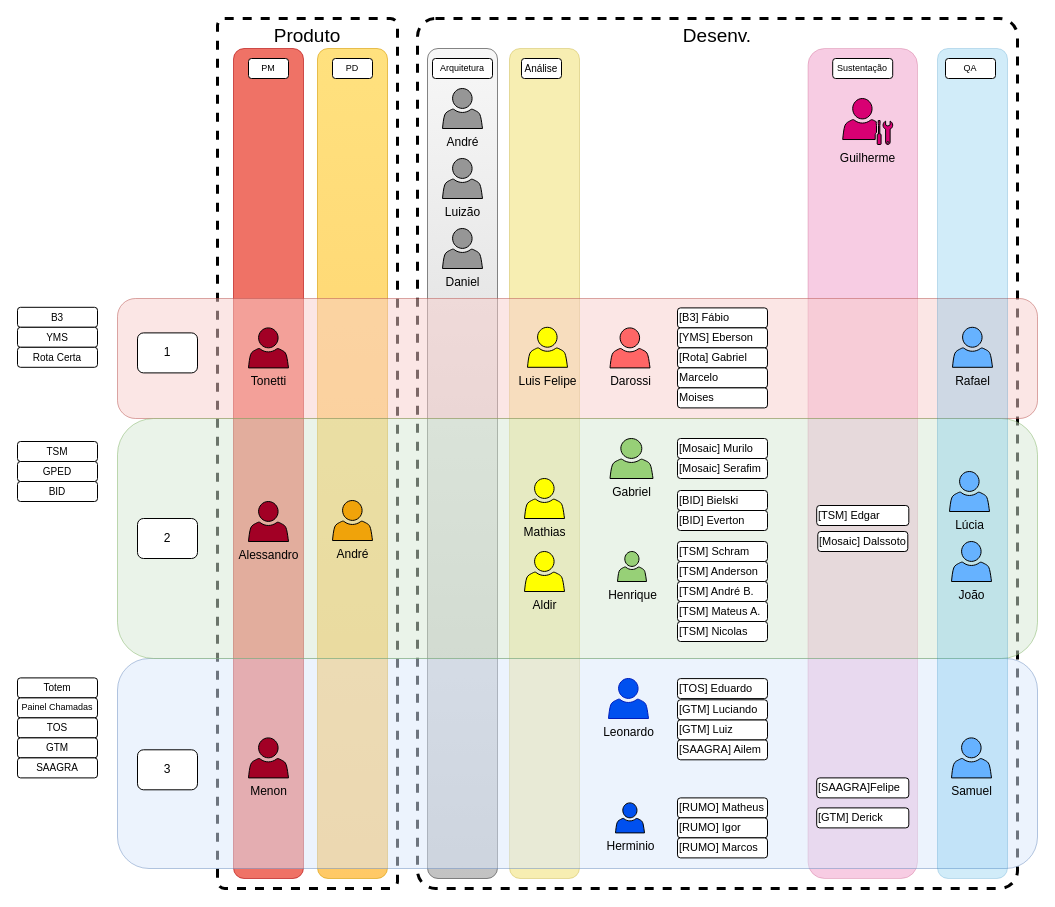
The draw.io diagram page "futuro_ideal" (4 of 4) of Diagrama sem nome.drawio in marcelopedroso/yms_tech, before the edit. Source tidied: cells renumbered, new cells numbered last; positions are measured from the earlier drawing's top-left corner, leaving out a move shared by most shapes. Both pictures are drawn from the tidied source at 100%, with x=0, y=0 at pixel (17, 18).
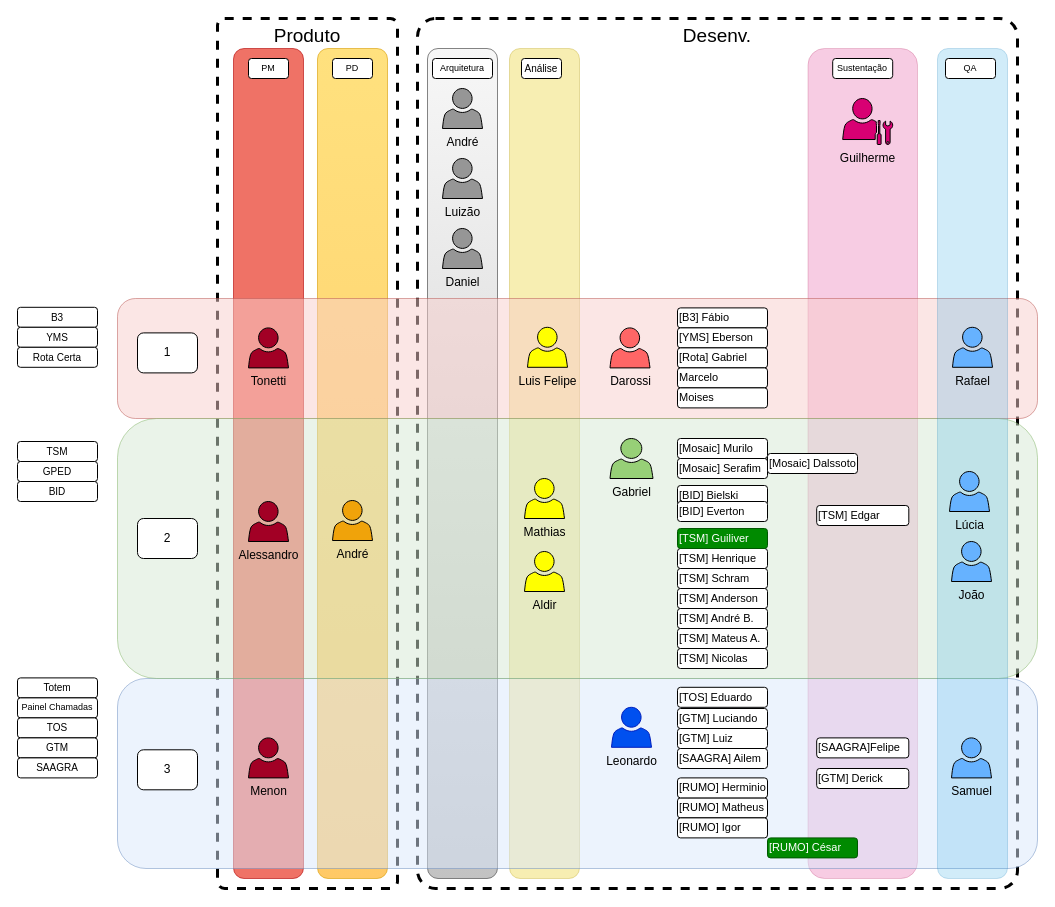
After the change.

Change to the diagram source:
```diff
@@
     <mxCell id="9" style="rounded=1;whiteSpace=wrap;html=1;fillStyle=auto;opacity=50;fillColor=#dae8fc;strokeColor=#6c8ebf;" parent="1" vertex="1">
-      <mxGeometry x="100" y="640" width="920" height="210" as="geometry" />
+      <mxGeometry x="100" y="660" width="920" height="190" as="geometry" />
     </mxCell>
@@
     <mxCell id="11" style="rounded=1;whiteSpace=wrap;html=1;fillStyle=auto;opacity=50;fillColor=#d5e8d4;strokeColor=#82b366;" parent="1" vertex="1">
-      <mxGeometry x="100" y="400" width="920" height="240" as="geometry" />
+      <mxGeometry x="100" y="400" width="920" height="260" as="geometry" />
     </mxCell>
@@
     <mxCell id="14" value="&lt;font color=&quot;#000000&quot;&gt;Leonardo&lt;/font&gt;" style="sketch=0;shadow=0;dashed=0;html=1;strokeColor=#001DBC;labelPosition=center;verticalLabelPosition=bottom;verticalAlign=top;align=center;shape=mxgraph.office.users.user;fillColor=#0050ef;fontColor=#FFFFFF;" parent="1" vertex="1">
-      <mxGeometry x="591" y="660" width="40" height="40" as="geometry" />
+      <mxGeometry x="594" y="688.8" width="40" height="40" as="geometry" />
     </mxCell>
@@
-    <mxCell id="45" value="Henrique" style="sketch=0;shadow=0;dashed=0;html=1;strokeColor=default;labelPosition=center;verticalLabelPosition=bottom;verticalAlign=top;align=center;shape=mxgraph.office.users.user;fillColor=#97D077;" parent="1" vertex="1">
-      <mxGeometry x="600" y="533" width="29" height="30" as="geometry" />
-    </mxCell>
@@
     <mxCell id="49" value="[SAAGRA] Ailem" style="rounded=1;whiteSpace=wrap;html=1;fontSize=11;align=left;" parent="1" vertex="1">
-      <mxGeometry x="660" y="721.3" width="90" height="20" as="geometry" />
+      <mxGeometry x="660" y="730" width="90" height="20" as="geometry" />
     </mxCell>
@@
-    <mxCell id="57" value="[RUMO] Marcos" style="rounded=1;whiteSpace=wrap;html=1;fontSize=11;align=left;" parent="1" vertex="1">
-      <mxGeometry x="660" y="819.4" width="90" height="20" as="geometry" />
+    <mxCell id="57" value="[RUMO] Herminio" style="rounded=1;whiteSpace=wrap;html=1;fontSize=11;align=left;" parent="1" vertex="1">
+      <mxGeometry x="660" y="759.4" width="90" height="20" as="geometry" />
     </mxCell>
@@
     <mxCell id="60" value="[BID] Bielski" style="rounded=1;whiteSpace=wrap;html=1;fontSize=11;align=left;" parent="1" vertex="1">
-      <mxGeometry x="660" y="472" width="90" height="20" as="geometry" />
+      <mxGeometry x="660" y="467" width="90" height="20" as="geometry" />
     </mxCell>
     <mxCell id="61" value="[BID] Everton" style="rounded=1;whiteSpace=wrap;html=1;fontSize=11;align=left;" parent="1" vertex="1">
-      <mxGeometry x="660" y="492" width="90" height="20" as="geometry" />
+      <mxGeometry x="660" y="483" width="90" height="20" as="geometry" />
     </mxCell>
     <mxCell id="62" value="[TSM] Schram" style="rounded=1;whiteSpace=wrap;html=1;fontSize=11;align=left;" parent="1" vertex="1">
-      <mxGeometry x="660" y="523" width="90" height="20" as="geometry" />
+      <mxGeometry x="660" y="550" width="90" height="20" as="geometry" />
     </mxCell>
     <mxCell id="63" value="[TSM] Anderson" style="rounded=1;whiteSpace=wrap;html=1;fontSize=11;align=left;" parent="1" vertex="1">
-      <mxGeometry x="660" y="543" width="90" height="20" as="geometry" />
+      <mxGeometry x="660" y="570" width="90" height="20" as="geometry" />
     </mxCell>
     <mxCell id="64" value="[TSM] André B." style="rounded=1;whiteSpace=wrap;html=1;fontSize=11;align=left;" parent="1" vertex="1">
-      <mxGeometry x="660" y="563" width="90" height="20" as="geometry" />
+      <mxGeometry x="660" y="590" width="90" height="20" as="geometry" />
     </mxCell>
     <mxCell id="65" value="[TSM] Mateus A." style="rounded=1;whiteSpace=wrap;html=1;fontSize=11;align=left;" parent="1" vertex="1">
-      <mxGeometry x="660" y="583" width="90" height="20" as="geometry" />
+      <mxGeometry x="660" y="610" width="90" height="20" as="geometry" />
     </mxCell>
     <mxCell id="66" value="[TSM] Nicolas" style="rounded=1;whiteSpace=wrap;html=1;fontSize=11;align=left;" parent="1" vertex="1">
-      <mxGeometry x="660" y="603" width="90" height="20" as="geometry" />
+      <mxGeometry x="660" y="630" width="90" height="20" as="geometry" />
     </mxCell>
     <mxCell id="67" value="[SAAGRA]Felipe" style="rounded=1;whiteSpace=wrap;html=1;fontSize=11;align=left;" parent="1" vertex="1">
-      <mxGeometry x="799.2" y="759.4" width="92.1" height="20" as="geometry" />
+      <mxGeometry x="799.2" y="719.4" width="92.1" height="20" as="geometry" />
     </mxCell>
     <mxCell id="68" value="[GTM] Derick" style="rounded=1;whiteSpace=wrap;html=1;fontSize=11;align=left;" parent="1" vertex="1">
-      <mxGeometry x="799.2" y="789.4" width="92.1" height="20" as="geometry" />
+      <mxGeometry x="799.2" y="750" width="92.1" height="20" as="geometry" />
     </mxCell>
@@
     <mxCell id="70" value="[Mosaic] Dalssoto" style="rounded=1;whiteSpace=wrap;html=1;fontSize=11;align=left;" parent="1" vertex="1">
-      <mxGeometry x="800.3" y="513" width="90" height="20" as="geometry" />
+      <mxGeometry x="750" y="435" width="90" height="20" as="geometry" />
     </mxCell>
     <mxCell id="71" value="[GTM] Luiz" style="rounded=1;whiteSpace=wrap;html=1;fontSize=11;align=left;" parent="1" vertex="1">
-      <mxGeometry x="660" y="701.3" width="90" height="20" as="geometry" />
+      <mxGeometry x="660" y="710" width="90" height="20" as="geometry" />
     </mxCell>
     <mxCell id="72" value="[GTM] Luciando" style="rounded=1;whiteSpace=wrap;html=1;fontSize=11;align=left;" parent="1" vertex="1">
-      <mxGeometry x="660" y="681.3" width="90" height="20" as="geometry" />
+      <mxGeometry x="660" y="690" width="90" height="20" as="geometry" />
     </mxCell>
     <mxCell id="73" value="[TOS] Eduardo" style="rounded=1;whiteSpace=wrap;html=1;fontSize=11;align=left;" parent="1" vertex="1">
-      <mxGeometry x="660" y="660.1" width="90" height="20" as="geometry" />
+      <mxGeometry x="660" y="668.8" width="90" height="20" as="geometry" />
     </mxCell>
@@
-    <mxCell id="77" value="Herminio" style="sketch=0;shadow=0;dashed=0;html=1;strokeColor=default;labelPosition=center;verticalLabelPosition=bottom;verticalAlign=top;align=center;shape=mxgraph.office.users.user;fillColor=#0050ef;gradientColor=none;" parent="1" vertex="1">
-      <mxGeometry x="598" y="784.4" width="29" height="30" as="geometry" />
-    </mxCell>
+    <mxCell id="78" value="[RUMO] César" style="rounded=1;whiteSpace=wrap;html=1;fontSize=11;align=left;fillColor=#008a00;fontColor=#ffffff;strokeColor=#005700;" parent="1" vertex="1">
+      <mxGeometry x="750" y="819.4" width="90" height="20" as="geometry" />
+    </mxCell>
+    <mxCell id="79" value="[TSM] Henrique" style="rounded=1;whiteSpace=wrap;html=1;fontSize=11;align=left;" parent="1" vertex="1">
+      <mxGeometry x="660" y="530" width="90" height="20" as="geometry" />
+    </mxCell>
+    <mxCell id="80" value="[TSM] Guiliver" style="rounded=1;whiteSpace=wrap;html=1;fontSize=11;align=left;fillColor=#008a00;strokeColor=#005700;fontColor=#ffffff;" parent="1" vertex="1">
+      <mxGeometry x="660" y="510" width="90" height="20" as="geometry" />
+    </mxCell>
```
